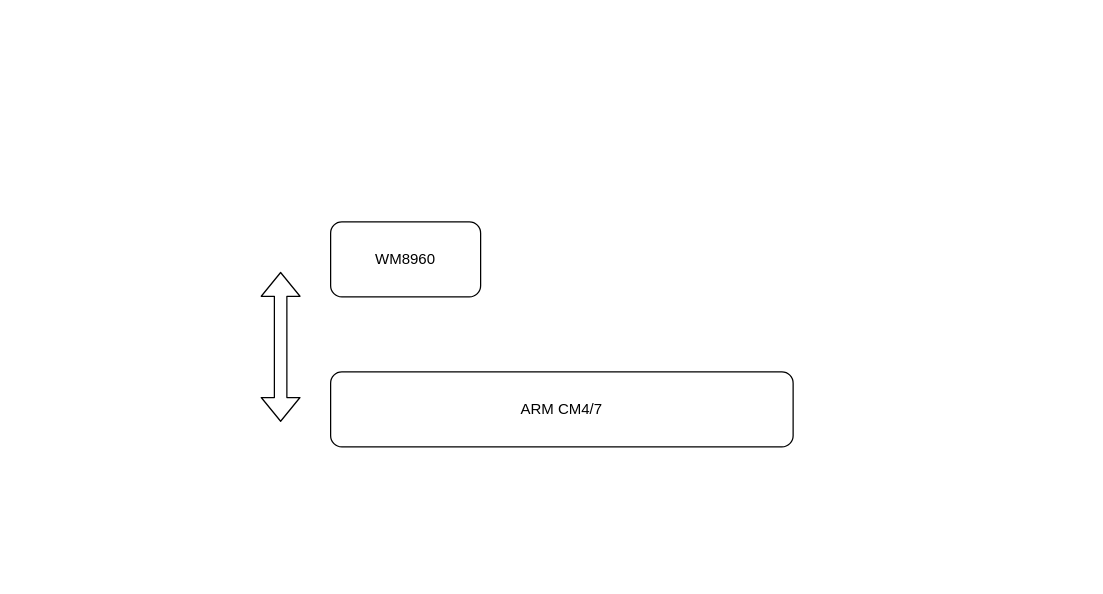
Earlier version of the draw.io diagram home-phone-prototype.drawio (BitBangedFF/misc-diagrams). Source tidied: cells renumbered, new cells numbered last; positions are measured from the earlier drawing's top-left corner, leaving out a move shared by most shapes. Both pictures are drawn from the tidied source at 125%, with x=0, y=0 at pixel (280, 221).
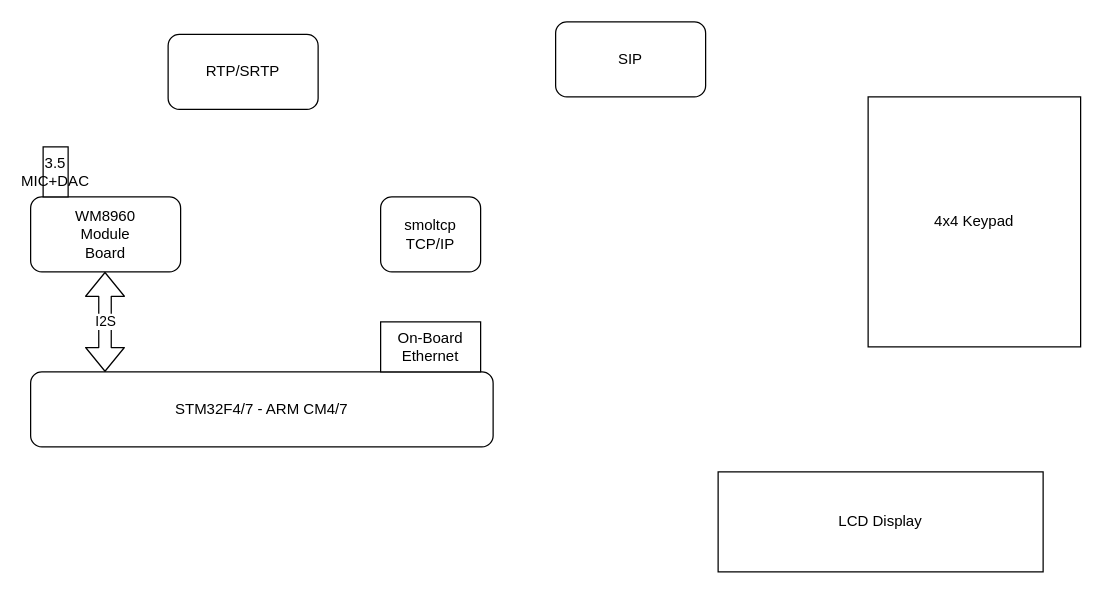
The same diagram, later.

The edit, as a diff of the source:
```diff
@@
 <mxGraphModel>
   <root>
     <mxCell id="0" />
     <mxCell id="1" parent="0" />
-    <mxCell id="2" value="&lt;span style=&quot;white-space: normal&quot;&gt;ARM CM4/7&lt;/span&gt;" style="rounded=1;whiteSpace=wrap;html=1;" parent="1" vertex="1">
-      <mxGeometry x="40" y="120" width="370" height="60" as="geometry" />
+    <mxCell id="2" value="&lt;span style=&quot;white-space: normal&quot;&gt;STM32F4/7 - ARM CM4/7&lt;/span&gt;" style="rounded=1;whiteSpace=wrap;html=1;" parent="1" vertex="1">
+      <mxGeometry x="-200" y="120" width="370" height="60" as="geometry" />
     </mxCell>
-    <mxCell id="3" value="WM8960" style="rounded=1;whiteSpace=wrap;html=1;" parent="1" vertex="1">
-      <mxGeometry x="40" width="120" height="60" as="geometry" />
+    <mxCell id="3" value="WM8960&lt;br&gt;Module&lt;br&gt;Board" style="rounded=1;whiteSpace=wrap;html=1;" parent="1" vertex="1">
+      <mxGeometry x="-200" y="-20" width="120" height="60" as="geometry" />
     </mxCell>
-    <mxCell id="4" style="shape=flexArrow;endArrow=classic;startArrow=classic;html=1;" parent="1" edge="1">
+    <mxCell id="4" value="I2S" style="shape=flexArrow;endArrow=classic;startArrow=classic;html=1;" parent="1" edge="1">
       <mxGeometry relative="1" as="geometry">
-        <mxPoint y="160" as="sourcePoint" />
-        <mxPoint y="40" as="targetPoint" />
+        <mxPoint x="-140.5" y="120" as="sourcePoint" />
+        <mxPoint x="-140.5" y="40" as="targetPoint" />
       </mxGeometry>
     </mxCell>
+    <mxCell id="5" value="3.5 MIC+DAC" style="rounded=0;whiteSpace=wrap;html=1;" parent="1" vertex="1">
+      <mxGeometry x="-190" y="-60" width="20" height="40" as="geometry" />
+    </mxCell>
+    <mxCell id="6" value="On-Board&lt;br&gt;Ethernet" style="rounded=0;whiteSpace=wrap;html=1;" parent="1" vertex="1">
+      <mxGeometry x="80" y="80" width="80" height="40" as="geometry" />
+    </mxCell>
+    <mxCell id="7" value="smoltcp&lt;br&gt;TCP/IP" style="rounded=1;whiteSpace=wrap;html=1;" parent="1" vertex="1">
+      <mxGeometry x="80" y="-20" width="80" height="60" as="geometry" />
+    </mxCell>
+    <mxCell id="8" value="RTP/SRTP" style="rounded=1;whiteSpace=wrap;html=1;" parent="1" vertex="1">
+      <mxGeometry x="-90" y="-150" width="120" height="60" as="geometry" />
+    </mxCell>
+    <mxCell id="9" value="SIP" style="rounded=1;whiteSpace=wrap;html=1;" parent="1" vertex="1">
+      <mxGeometry x="220" y="-160" width="120" height="60" as="geometry" />
+    </mxCell>
+    <mxCell id="10" value="4x4 Keypad" style="rounded=0;whiteSpace=wrap;html=1;" parent="1" vertex="1">
+      <mxGeometry x="470" y="-100" width="170" height="200" as="geometry" />
+    </mxCell>
+    <mxCell id="11" value="LCD Display" style="rounded=0;whiteSpace=wrap;html=1;" parent="1" vertex="1">
+      <mxGeometry x="350" y="200" width="260" height="80" as="geometry" />
+    </mxCell>
   </root>
 </mxGraphModel>
```
